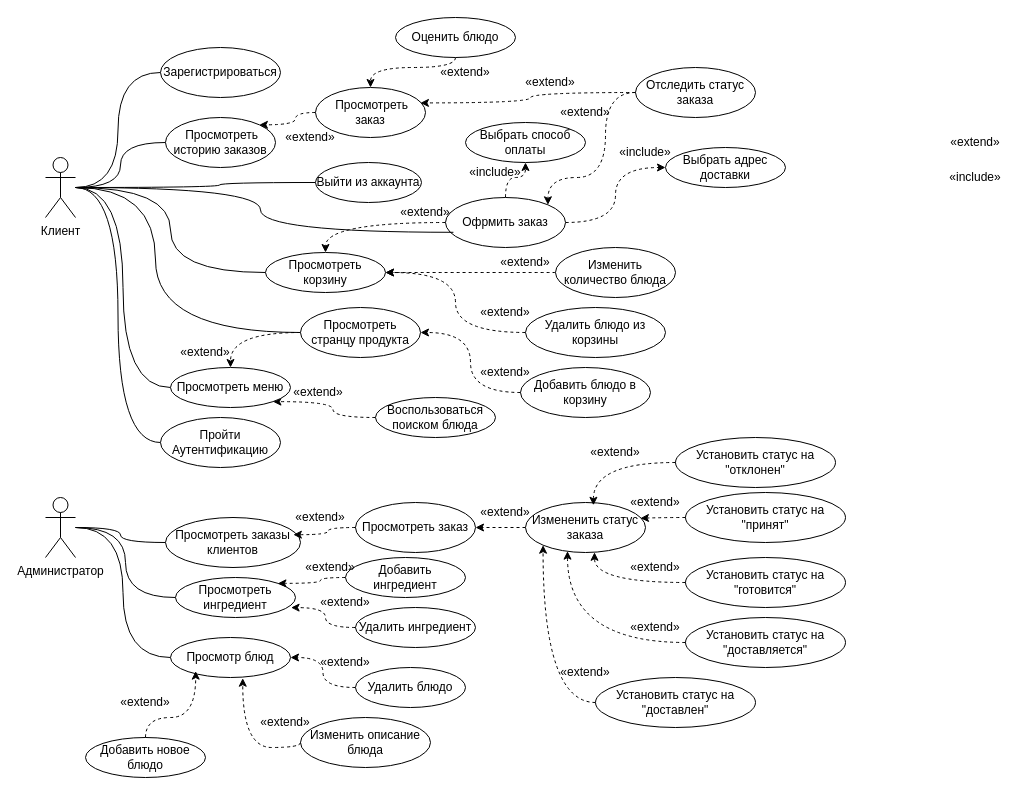
The draw.io diagram use-case.drawio in fevoritos/kentucky-baked-pizza, before the edit. Source tidied: cells renumbered, new cells numbered last; positions are measured from the earlier drawing's top-left corner, leaving out a move shared by most shapes. Both pictures are drawn from the tidied source at 100%, with x=0, y=0 at pixel (45, 17).
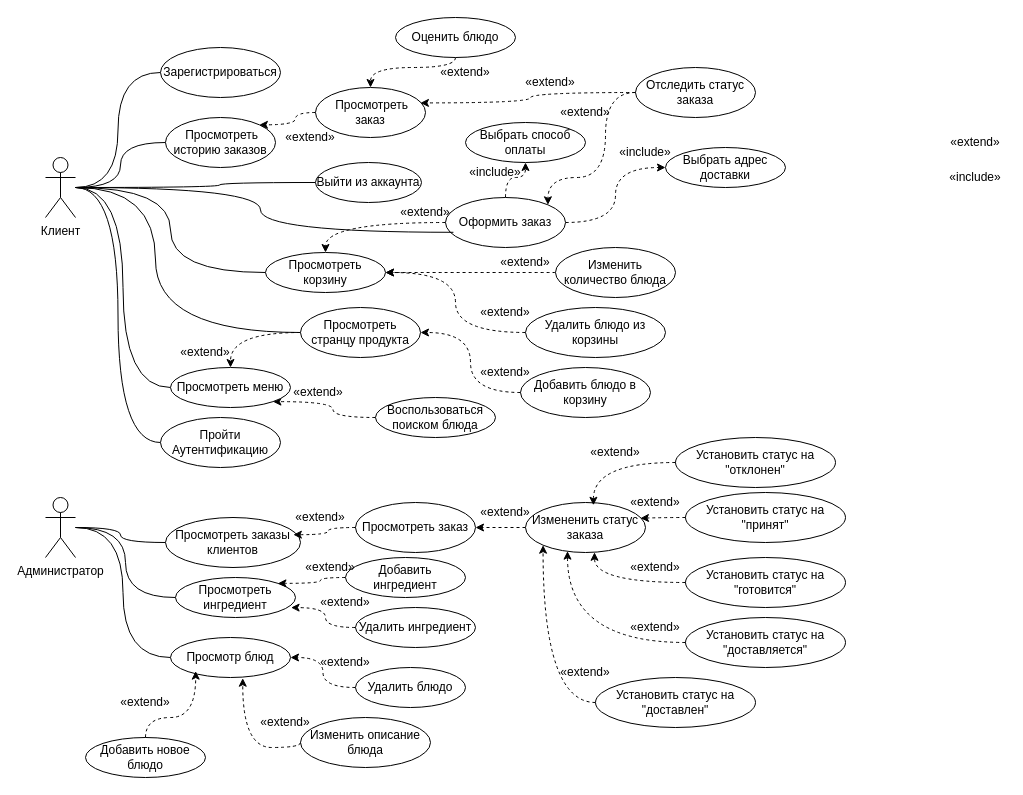
The same diagram, later.

Change to the diagram source:
```diff
@@
-    <mxCell id="53" value="Офрмить заказ" style="ellipse;whiteSpace=wrap;html=1;" parent="1" vertex="1">
+    <mxCell id="53" value="Оформить заказ" style="ellipse;whiteSpace=wrap;html=1;" parent="1" vertex="1">
       <mxGeometry x="400" y="180" width="120" height="50" as="geometry" />
     </mxCell>
```
